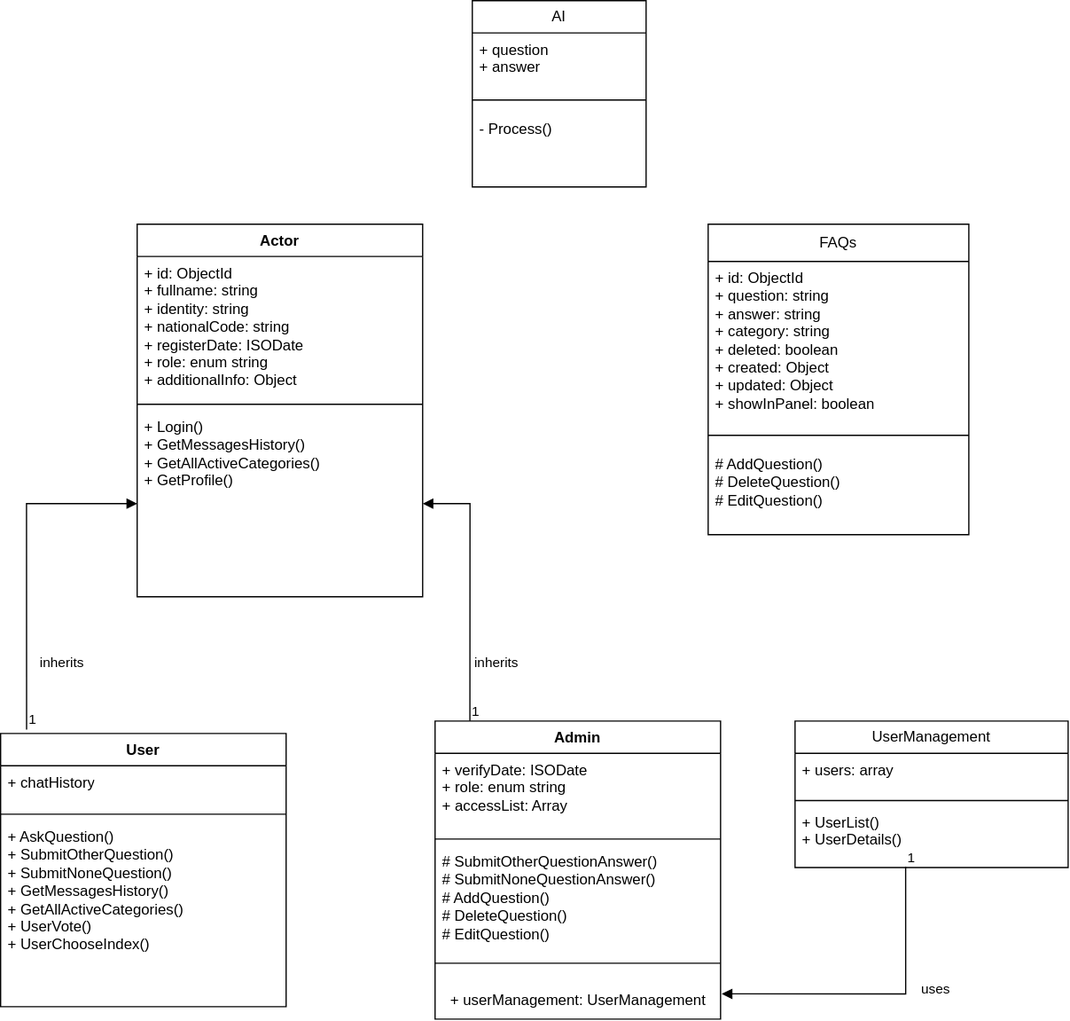
This is class-diagram.drawio.svg from Soheil-HA/chatbot_diagrams, a draw.io export, as it was before one commit. Source tidied: cells renumbered, new cells last; positions are measured from the earlier drawing's top-left corner, leaving out a move shared by most shapes.
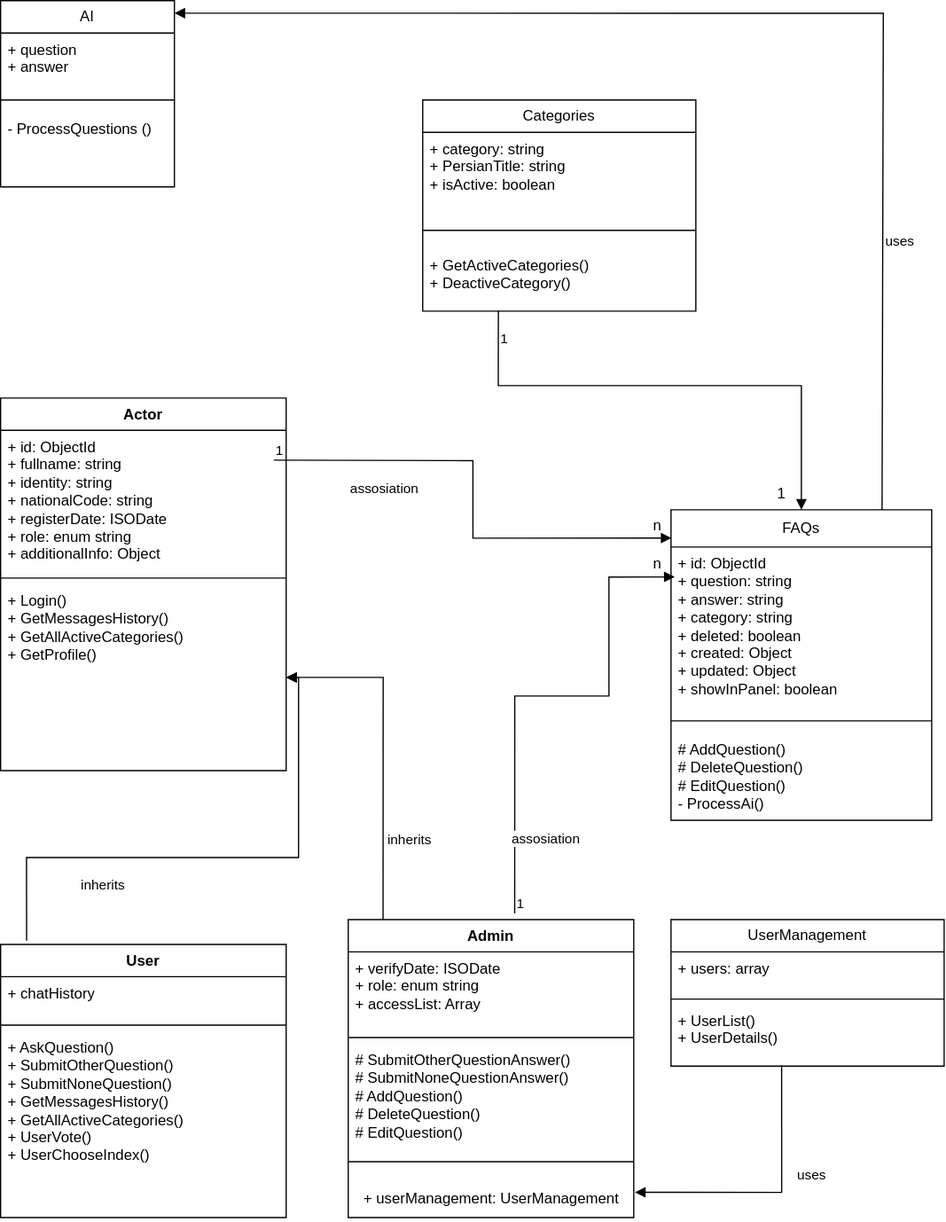
Later version of the same file.

Commit message:
all class diagrams added

Change to the diagram source:
```diff
@@ -15,19 +15,28 @@
       <mxGeometry y="70" width="230" height="150" as="geometry" />
     </mxCell>
     <mxCell id="6" value="&lt;div&gt;FAQs&lt;/div&gt;" style="swimlane;fontStyle=0;horizontal=1;startSize=30;fillColor=none;whiteSpace=wrap;html=1;" parent="1" vertex="1">
-      <mxGeometry x="570" y="180" width="210" height="250" as="geometry" />
+      <mxGeometry x="540" y="240" width="210" height="250" as="geometry" />
     </mxCell>
+    <mxCell id="34" value="&lt;div&gt;uses&lt;/div&gt;" style="endArrow=block;endFill=1;html=1;edgeStyle=orthogonalEdgeStyle;align=left;verticalAlign=top;rounded=0;entryX=1;entryY=0.067;entryDx=0;entryDy=0;entryPerimeter=0;" parent="6" edge="1" target="30">
+      <mxGeometry x="-0.53" relative="1" as="geometry">
+        <mxPoint x="170" as="sourcePoint" />
+        <Array as="points">
+          <mxPoint x="171" />
+          <mxPoint x="171" y="-400" />
+        </Array>
+      </mxGeometry>
+    </mxCell>
     <mxCell id="7" value="&lt;div&gt;+ id: ObjectId&lt;/div&gt;&lt;div&gt;+ question: string&lt;/div&gt;&lt;div&gt;+ answer: string&lt;/div&gt;&lt;div&gt;+ category: string&lt;/div&gt;&lt;div&gt;+ deleted: boolean&lt;/div&gt;&lt;div&gt;+ created: Object&lt;/div&gt;&lt;div&gt;+ updated: Object&lt;/div&gt;&lt;div&gt;+ showInPanel: boolean&lt;br&gt;&lt;/div&gt;" style="text;strokeColor=none;fillColor=none;align=left;verticalAlign=top;spacingLeft=4;spacingRight=4;overflow=hidden;points=[[0,0.5],[1,0.5]];portConstraint=eastwest;whiteSpace=wrap;html=1;" parent="6" vertex="1">
       <mxGeometry y="30" width="210" height="130" as="geometry" />
     </mxCell>
     <mxCell id="8" style="line;strokeWidth=1;fillColor=none;align=left;verticalAlign=middle;spacingTop=-1;spacingLeft=3;spacingRight=3;labelPosition=right;strokeColor=inherit;" parent="6" vertex="1">
       <mxGeometry y="160" width="210" height="20" as="geometry" />
     </mxCell>
-    <mxCell id="9" value="&lt;div&gt;# AddQuestion()&lt;/div&gt;&lt;div&gt;# DeleteQuestion()&lt;/div&gt;&lt;div&gt;# EditQuestion()&lt;/div&gt;&lt;div&gt;&lt;br&gt;&lt;/div&gt;" style="text;strokeColor=none;fillColor=none;align=left;verticalAlign=top;spacingLeft=4;spacingRight=4;overflow=hidden;whiteSpace=wrap;html=1;" parent="6" vertex="1">
+    <mxCell id="9" value="&lt;div&gt;# AddQuestion()&lt;/div&gt;&lt;div&gt;# DeleteQuestion()&lt;/div&gt;&lt;div&gt;# EditQuestion()&lt;/div&gt;&lt;div&gt;- ProcessAi()&lt;br&gt;&lt;/div&gt;&lt;div&gt;&lt;br&gt;&lt;/div&gt;" style="text;strokeColor=none;fillColor=none;align=left;verticalAlign=top;spacingLeft=4;spacingRight=4;overflow=hidden;whiteSpace=wrap;html=1;" parent="6" vertex="1">
       <mxGeometry y="180" width="210" height="70" as="geometry" />
     </mxCell>
     <mxCell id="10" value="&lt;div&gt;Admin&lt;/div&gt;" style="swimlane;fontStyle=1;align=center;verticalAlign=top;horizontal=1;startSize=26;whiteSpace=wrap;html=1;" parent="1" vertex="1">
-      <mxGeometry x="350" y="580" width="230" height="240" as="geometry" />
+      <mxGeometry x="280" y="570" width="230" height="240" as="geometry" />
     </mxCell>
     <mxCell id="11" value="+ verifyDate: ISODate&lt;div&gt;+ role: enum string&lt;/div&gt;&lt;div&gt;+ accessList: Array&lt;br&gt;&lt;/div&gt;" style="text;strokeColor=none;fillColor=none;align=left;verticalAlign=top;spacingLeft=4;spacingRight=4;overflow=hidden;whiteSpace=wrap;html=1;" parent="10" vertex="1">
       <mxGeometry y="26" width="230" height="64" as="geometry" />
@@ -45,8 +54,17 @@
       <mxGeometry y="210" width="230" height="30" as="geometry" />
     </mxCell>
     <mxCell id="16" value="Actor" style="swimlane;fontStyle=1;align=center;verticalAlign=top;horizontal=1;startSize=26;whiteSpace=wrap;html=1;" parent="1" vertex="1">
-      <mxGeometry x="110" y="180" width="230" height="300" as="geometry" />
+      <mxGeometry y="150" width="230" height="300" as="geometry" />
     </mxCell>
+    <mxCell id="35" value="&lt;div&gt;assosiation&lt;/div&gt;" style="endArrow=block;endFill=1;html=1;edgeStyle=orthogonalEdgeStyle;align=left;verticalAlign=top;rounded=0;entryX=0.002;entryY=0.091;entryDx=0;entryDy=0;entryPerimeter=0;" parent="16" edge="1" target="6">
+      <mxGeometry x="-0.68" y="-10" relative="1" as="geometry">
+        <mxPoint x="220" y="50" as="sourcePoint" />
+        <mxPoint x="-1" as="offset" />
+      </mxGeometry>
+    </mxCell>
+    <mxCell id="36" value="1" style="edgeLabel;html=1;align=left;verticalAlign=bottom;" parent="35" vertex="1">
+      <mxGeometry x="-1" relative="1" as="geometry" />
+    </mxCell>
     <mxCell id="17" value="&lt;div&gt;+ id: ObjectId&lt;br&gt;&lt;/div&gt;&lt;div&gt;+ fullname: string&lt;/div&gt;&lt;div&gt;+ identity: string&lt;/div&gt;&lt;div&gt;+ nationalCode: string&lt;/div&gt;&lt;div&gt;+ registerDate: ISODate&lt;/div&gt;&lt;div&gt;+ role: enum string&lt;/div&gt;&lt;div&gt;+ additionalInfo: Object&lt;br&gt;&lt;/div&gt;" style="text;strokeColor=none;fillColor=none;align=left;verticalAlign=top;spacingLeft=4;spacingRight=4;overflow=hidden;whiteSpace=wrap;html=1;" parent="16" vertex="1">
       <mxGeometry y="26" width="230" height="114" as="geometry" />
     </mxCell>
@@ -59,17 +77,11 @@
     <mxCell id="20" value="&lt;span&gt;inherits&lt;/span&gt;" style="endArrow=block;endFill=1;html=1;edgeStyle=orthogonalEdgeStyle;align=left;verticalAlign=top;rounded=0;exitX=0.091;exitY=-0.014;exitDx=0;exitDy=0;exitPerimeter=0;" parent="1" edge="1" source="2" target="19">
       <mxGeometry x="-0.51" y="-9" relative="1" as="geometry" />
     </mxCell>
-    <mxCell id="21" value="1" style="edgeLabel;html=1;align=left;verticalAlign=bottom;" parent="20" vertex="1">
-      <mxGeometry x="-1" relative="1" as="geometry" />
-    </mxCell>
     <mxCell id="22" value="&lt;div&gt;inherits&lt;/div&gt;" style="endArrow=block;endFill=1;html=1;edgeStyle=orthogonalEdgeStyle;align=left;verticalAlign=top;rounded=0;exitX=0.122;exitY=0;exitDx=0;exitDy=0;exitPerimeter=0;" parent="1" edge="1" source="10" target="19">
       <mxGeometry x="-0.44" y="-2" relative="1" as="geometry" />
     </mxCell>
-    <mxCell id="23" value="1" style="edgeLabel;html=1;align=left;verticalAlign=bottom;" parent="22" vertex="1">
-      <mxGeometry x="-1" relative="1" as="geometry" />
-    </mxCell>
     <mxCell id="24" value="&lt;div&gt;UserManagement&lt;/div&gt;" style="swimlane;fontStyle=0;horizontal=1;startSize=26;fillColor=none;whiteSpace=wrap;html=1;" parent="1" vertex="1">
-      <mxGeometry x="640" y="580" width="220" height="118" as="geometry" />
+      <mxGeometry x="540" y="570" width="220" height="118" as="geometry" />
     </mxCell>
     <mxCell id="25" value="&lt;div&gt;+ users: array&lt;/div&gt;" style="text;strokeColor=none;fillColor=none;align=left;verticalAlign=top;spacingLeft=4;spacingRight=4;overflow=hidden;whiteSpace=wrap;html=1;" parent="24" vertex="1">
       <mxGeometry y="26" width="220" height="34" as="geometry" />
@@ -83,11 +95,8 @@
     <mxCell id="28" value="uses" style="endArrow=block;endFill=1;html=1;edgeStyle=orthogonalEdgeStyle;align=left;verticalAlign=top;rounded=0;exitX=0.405;exitY=0.983;exitDx=0;exitDy=0;exitPerimeter=0;entryX=1.004;entryY=0.322;entryDx=0;entryDy=0;entryPerimeter=0;" parent="1" edge="1" source="27" target="15">
       <mxGeometry x="-0.32" y="11" relative="1" as="geometry" />
     </mxCell>
-    <mxCell id="29" value="1" style="edgeLabel;html=1;align=left;verticalAlign=bottom;" parent="28" vertex="1">
-      <mxGeometry x="-1" relative="1" as="geometry" />
-    </mxCell>
     <mxCell id="30" value="AI" style="swimlane;fontStyle=0;horizontal=1;startSize=26;fillColor=none;whiteSpace=wrap;html=1;" parent="1" vertex="1">
-      <mxGeometry x="380" width="140" height="150" as="geometry" />
+      <mxGeometry y="-170" width="140" height="150" as="geometry" />
     </mxCell>
     <mxCell id="31" value="&lt;div&gt;+ question&lt;/div&gt;&lt;div&gt;+ answer&lt;br&gt;&lt;/div&gt;" style="text;strokeColor=none;fillColor=none;align=left;verticalAlign=top;spacingLeft=4;spacingRight=4;overflow=hidden;whiteSpace=wrap;html=1;" parent="30" vertex="1">
       <mxGeometry y="26" width="140" height="44" as="geometry" />
@@ -95,8 +104,54 @@
     <mxCell id="32" style="line;strokeWidth=1;fillColor=none;align=left;verticalAlign=middle;spacingTop=-1;spacingLeft=3;spacingRight=3;labelPosition=right;strokeColor=inherit;" parent="30" vertex="1">
       <mxGeometry y="70" width="140" height="20" as="geometry" />
     </mxCell>
-    <mxCell id="33" value="- Process()" style="text;strokeColor=none;fillColor=none;align=left;verticalAlign=top;spacingLeft=4;spacingRight=4;overflow=hidden;whiteSpace=wrap;html=1;" parent="30" vertex="1">
+    <mxCell id="33" value="&lt;div&gt;- ProcessQuestions ()&lt;/div&gt;" style="text;strokeColor=none;fillColor=none;align=left;verticalAlign=top;spacingLeft=4;spacingRight=4;overflow=hidden;whiteSpace=wrap;html=1;" parent="30" vertex="1">
       <mxGeometry y="90" width="140" height="60" as="geometry" />
     </mxCell>
+    <mxCell id="37" value="assosiation" style="endArrow=block;endFill=1;html=1;edgeStyle=orthogonalEdgeStyle;align=left;verticalAlign=top;rounded=0;exitX=0.583;exitY=-0.021;exitDx=0;exitDy=0;exitPerimeter=0;entryX=0.014;entryY=0.185;entryDx=0;entryDy=0;entryPerimeter=0;" parent="1" edge="1" source="10" target="7">
+      <mxGeometry x="-0.63" y="4" relative="1" as="geometry">
+        <Array as="points">
+          <mxPoint x="414" y="390" />
+          <mxPoint x="490" y="390" />
+          <mxPoint x="490" y="294" />
+        </Array>
+      </mxGeometry>
+    </mxCell>
+    <mxCell id="38" value="1" style="edgeLabel;html=1;align=left;verticalAlign=bottom;" parent="37" vertex="1">
+      <mxGeometry x="-1" relative="1" as="geometry" />
+    </mxCell>
+    <mxCell id="39" value="n" style="text;strokeColor=none;fillColor=none;align=left;verticalAlign=top;spacingLeft=4;spacingRight=4;overflow=hidden;whiteSpace=wrap;html=1;" parent="1" vertex="1">
+      <mxGeometry x="520" y="239" width="100" height="26" as="geometry" />
+    </mxCell>
+    <mxCell id="40" value="n" style="text;strokeColor=none;fillColor=none;align=left;verticalAlign=top;spacingLeft=4;spacingRight=4;overflow=hidden;whiteSpace=wrap;html=1;" parent="1" vertex="1">
+      <mxGeometry x="520" y="270" width="100" height="26" as="geometry" />
+    </mxCell>
+    <mxCell id="41" value="&lt;div&gt;Categories&lt;/div&gt;" style="swimlane;fontStyle=0;horizontal=1;startSize=26;fillColor=none;whiteSpace=wrap;html=1;" parent="1" vertex="1">
+      <mxGeometry x="340" y="-90" width="220" height="170" as="geometry" />
+    </mxCell>
+    <mxCell id="42" value="&lt;div&gt;+ category: string&lt;/div&gt;&lt;div&gt;+ PersianTitle: string&lt;/div&gt;&lt;div&gt;+ isActive: boolean&lt;br&gt;&lt;/div&gt;" style="text;strokeColor=none;fillColor=none;align=left;verticalAlign=top;spacingLeft=4;spacingRight=4;overflow=hidden;whiteSpace=wrap;html=1;" parent="41" vertex="1">
+      <mxGeometry y="26" width="220" height="64" as="geometry" />
+    </mxCell>
+    <mxCell id="43" style="line;strokeWidth=1;fillColor=none;align=left;verticalAlign=middle;spacingTop=-1;spacingLeft=3;spacingRight=3;labelPosition=right;strokeColor=inherit;" parent="41" vertex="1">
+      <mxGeometry y="90" width="220" height="30" as="geometry" />
+    </mxCell>
+    <mxCell id="44" value="&lt;div&gt;+ GetActiveCategories()&lt;/div&gt;&lt;div&gt;+ DeactiveCategory()&lt;br&gt;&lt;/div&gt;" style="text;strokeColor=none;fillColor=none;align=left;verticalAlign=top;spacingLeft=4;spacingRight=4;overflow=hidden;points=[[0,0.5],[1,0.5]];portConstraint=eastwest;whiteSpace=wrap;html=1;" parent="41" vertex="1">
+      <mxGeometry y="120" width="220" height="50" as="geometry" />
+    </mxCell>
+    <mxCell id="45" style="endArrow=block;endFill=1;html=1;edgeStyle=orthogonalEdgeStyle;align=left;verticalAlign=top;rounded=0;exitX=0.277;exitY=0.993;exitDx=0;exitDy=0;exitPerimeter=0;" parent="1" edge="1" source="44" target="6">
+      <mxGeometry x="-1" relative="1" as="geometry">
+        <Array as="points">
+          <mxPoint x="401" y="140" />
+          <mxPoint x="645" y="140" />
+        </Array>
+      </mxGeometry>
+    </mxCell>
+    <mxCell id="46" value="1" style="edgeLabel;html=1;align=left;verticalAlign=bottom;" parent="45" vertex="1">
+      <mxGeometry x="-1" relative="1" as="geometry">
+        <mxPoint y="30" as="offset" />
+      </mxGeometry>
+    </mxCell>
+    <mxCell id="47" value="1" style="text;strokeColor=none;fillColor=none;align=left;verticalAlign=top;spacingLeft=4;spacingRight=4;overflow=hidden;whiteSpace=wrap;html=1;" parent="1" vertex="1">
+      <mxGeometry x="620" y="213" width="100" height="26" as="geometry" />
+    </mxCell>
   </root>
 </mxGraphModel>
```
